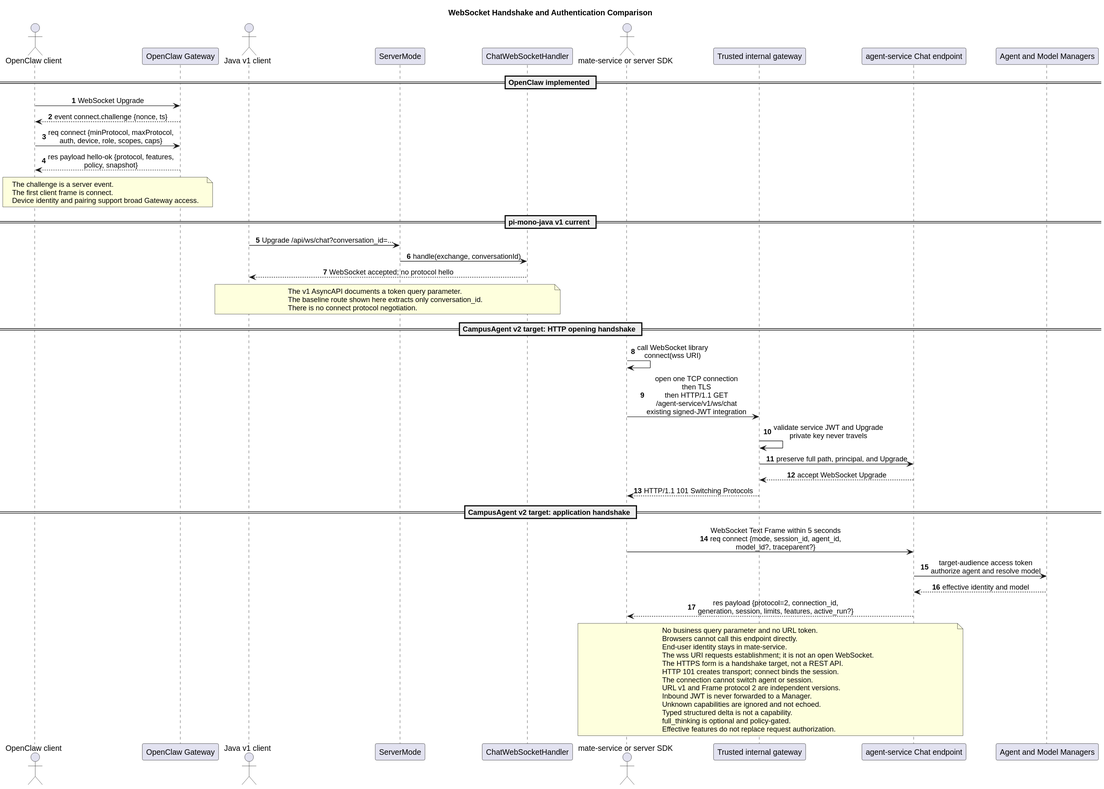
This is openclaw-campusagent-websocket-comparison/websocket_handshake_comparison.svg from superheromeZzh/pi-mono-java-design, a PlantUML export, as it was before one commit.
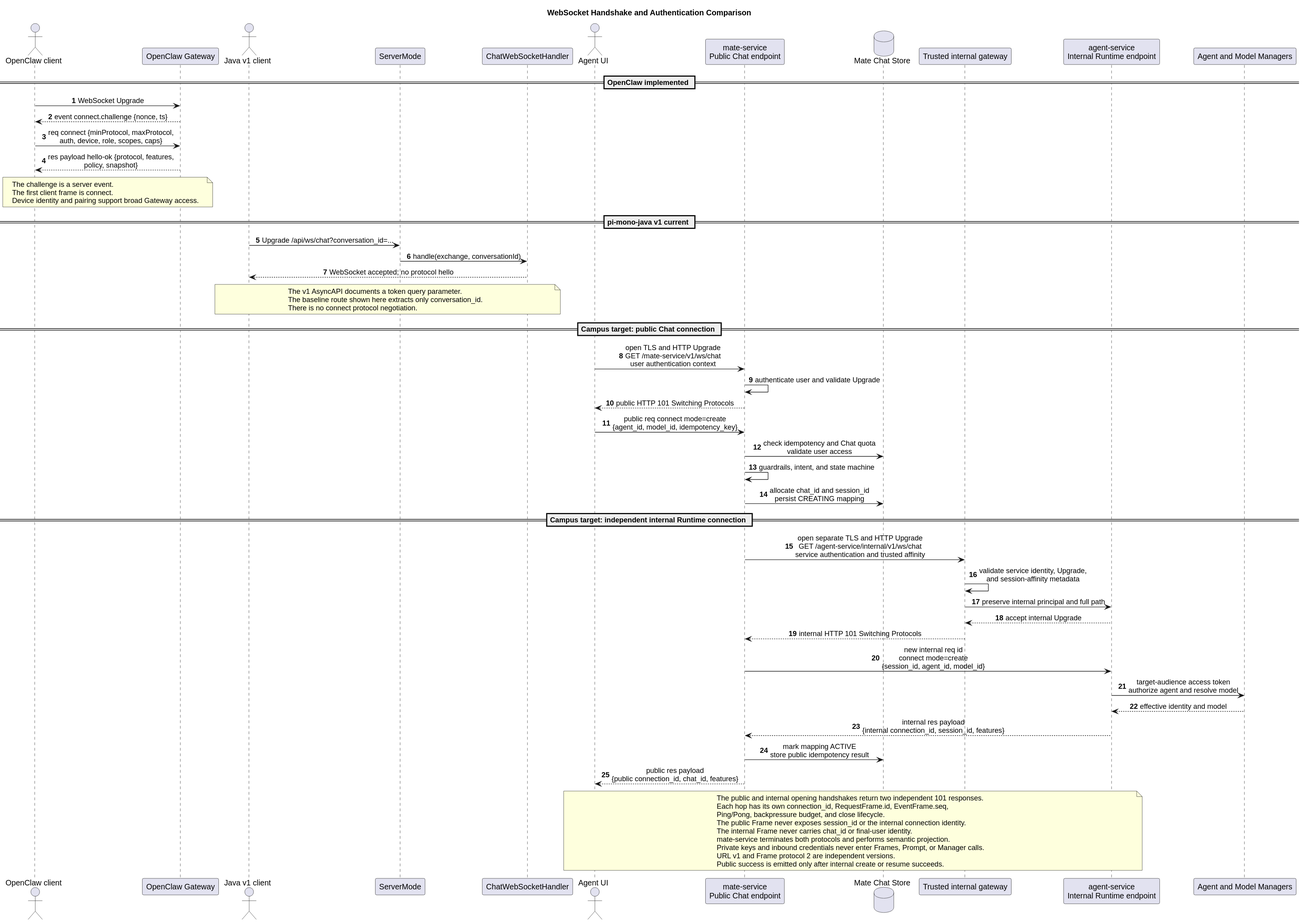
After the commit.

The edit, as a diff of the source:
```diff
@@ -13,9 +13,11 @@
 actor "Java v1 client" as JV1C
 participant "ServerMode" as SM
 participant "ChatWebSocketHandler" as CWH
-actor "mate-service or server SDK" as CC
+actor "Agent UI" as UI
+participant "mate-service\nPublic Chat endpoint" as MATE
+database "Mate Chat Store" as MCS
 participant "Trusted internal gateway" as EDGE
-participant "agent-service Chat endpoint" as V2
+participant "agent-service\nInternal Runtime endpoint" as V2
 participant "Agent and Model Managers" as MGR
 
 == OpenClaw implemented ==
@@ -39,32 +41,36 @@
 There is no connect protocol negotiation.
 end note
 
-== CampusAgent v2 target: HTTP opening handshake ==
-CC -> CC : call WebSocket library\nconnect(wss URI)
-CC -> EDGE : open one TCP connection\nthen TLS\nthen HTTP/1.1 GET\n/agent-service/v1/ws/chat\nexisting signed-JWT integration
-EDGE -> EDGE : validate service JWT and Upgrade\nprivate key never travels
-EDGE -> V2 : preserve full path, principal, and Upgrade
-V2 --> EDGE : accept WebSocket Upgrade
-EDGE --> CC : HTTP/1.1 101 Switching Protocols
+== Campus target: public Chat connection ==
+UI -> MATE : open TLS and HTTP Upgrade\nGET /mate-service/v1/ws/chat\nuser authentication context
+MATE -> MATE : authenticate user and validate Upgrade
+MATE --> UI : public HTTP 101 Switching Protocols
+UI -> MATE : public req connect mode=create\n{agent_id, model_id, idempotency_key}
+MATE -> MCS : check idempotency and Chat quota\nvalidate user access
+MATE -> MATE : guardrails, intent, and state machine
+MATE -> MCS : allocate chat_id and session_id\npersist CREATING mapping
 
-== CampusAgent v2 target: application handshake ==
-CC -> V2 : WebSocket Text Frame within 5 seconds\nreq connect {mode, session_id, agent_id,\nmodel_id?, traceparent?}
+== Campus target: independent internal Runtime connection ==
+MATE -> EDGE : open separate TLS and HTTP Upgrade\nGET /agent-service/internal/v1/ws/chat\nservice authentication and trusted affinity
+EDGE -> EDGE : validate service identity, Upgrade,\nand session-affinity metadata
+EDGE -> V2 : preserve internal principal and full path
+V2 --> EDGE : accept internal Upgrade
+EDGE --> MATE : internal HTTP 101 Switching Protocols
+MATE -> V2 : new internal req id\nconnect mode=create\n{session_id, agent_id, model_id}
 V2 -> MGR : target-audience access token\nauthorize agent and resolve model
 MGR --> V2 : effective identity and model
-V2 --> CC : res payload {protocol=2, connection_id,\ngeneration, session, limits, features, active_run?}
-note over CC,V2
-No business query parameter and no URL token.
-Browsers cannot call this endpoint directly.
-End-user identity stays in mate-service.
-The wss URI requests establishment; it is not an open WebSocket.
-The HTTPS form is a handshake target, not a REST API.
-HTTP 101 creates transport; connect binds the session.
-The connection cannot switch agent or session.
+V2 --> MATE : internal res payload\n{internal connection_id, session_id, features}
+MATE -> MCS : mark mapping ACTIVE\nstore public idempotency result
+MATE --> UI : public res payload\n{public connection_id, chat_id, features}
+note over UI,V2
+The public and internal opening handshakes return two independent 101 responses.
+Each hop has its own connection_id, RequestFrame.id, EventFrame.seq,
+Ping/Pong, backpressure budget, and close lifecycle.
+The public Frame never exposes session_id or the internal connection identity.
+The internal Frame never carries chat_id or final-user identity.
+mate-service terminates both protocols and performs semantic projection.
+Private keys and inbound credentials never enter Frames, Prompt, or Manager calls.
 URL v1 and Frame protocol 2 are independent versions.
-Inbound JWT is never forwarded to a Manager.
-Unknown capabilities are ignored and not echoed.
-Typed structured delta is not a capability.
-full_thinking is optional and policy-gated.
-Effective features do not replace request authorization.
+Public success is emitted only after internal create or resume succeeds.
 end note
 @enduml
```
